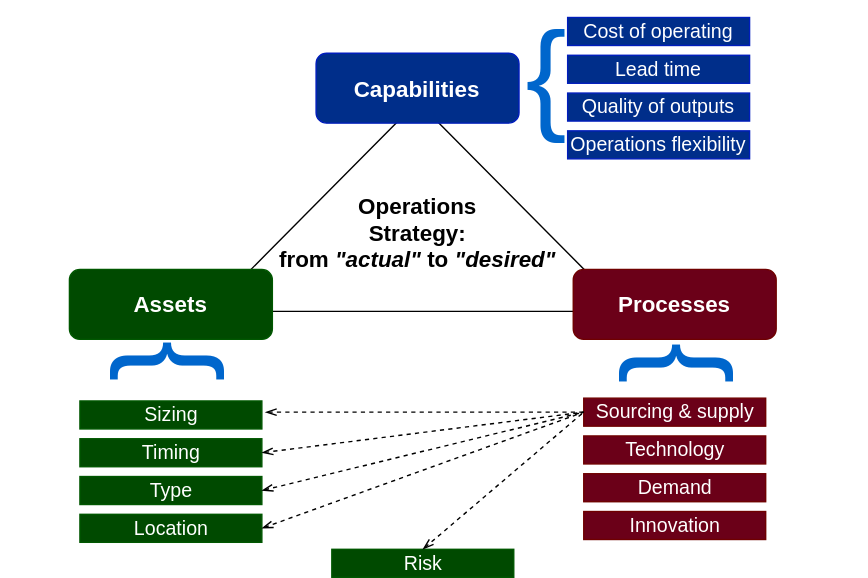
Above: docs/framework/img/operations.svg in michelin/Continuous-Architecture-Toolkit (draw.io), before the change. Source tidied: cells renumbered, new cells last; positions are measured from the earlier drawing's top-left corner, leaving out a move shared by most shapes.
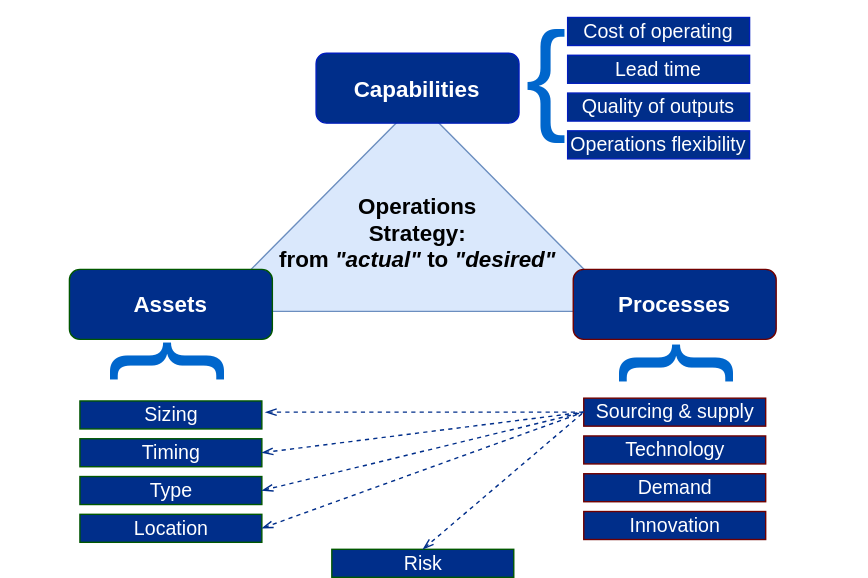
After the change.

What changed in the source:
```diff
@@ -2,16 +2,16 @@
   <root>
     <mxCell id="0" />
     <mxCell id="1" parent="0" />
-    <mxCell id="2" value="&lt;font style=&quot;font-size: 16px&quot;&gt;&lt;b&gt;&lt;br&gt;&lt;br&gt;Operations&lt;br&gt;Strategy:&lt;br&gt;from&amp;nbsp;&lt;i&gt;&quot;actual&quot;&lt;/i&gt;&amp;nbsp;to &lt;i&gt;&quot;desired&quot;&lt;/i&gt;&lt;br&gt;&lt;/b&gt;&lt;/font&gt;" style="triangle;whiteSpace=wrap;html=1;direction=north;" parent="1" vertex="1">
+    <mxCell id="2" value="&lt;font style=&quot;font-size: 16px&quot;&gt;&lt;b&gt;&lt;br&gt;&lt;br&gt;Operations&lt;br&gt;Strategy:&lt;br&gt;from&amp;nbsp;&lt;i&gt;&quot;actual&quot;&lt;/i&gt;&amp;nbsp;to &lt;i&gt;&quot;desired&quot;&lt;/i&gt;&lt;br&gt;&lt;/b&gt;&lt;/font&gt;" style="triangle;whiteSpace=wrap;html=1;direction=north;fillColor=#dae8fc;strokeColor=#6c8ebf;" parent="1" vertex="1">
       <mxGeometry x="100" y="60" width="297.5" height="150" as="geometry" />
     </mxCell>
     <mxCell id="3" value="&lt;font style=&quot;font-size: 16px&quot;&gt;&lt;b&gt;Capabilities&lt;/b&gt;&lt;/font&gt;" style="rounded=1;whiteSpace=wrap;html=1;strokeColor=#001DBC;fontColor=#ffffff;fillColor=#002E8A;" parent="1" vertex="1">
       <mxGeometry x="176.2" y="25.5" width="145" height="50" as="geometry" />
     </mxCell>
-    <mxCell id="4" value="&lt;font style=&quot;font-size: 16px&quot;&gt;&lt;b&gt;Assets&lt;/b&gt;&lt;/font&gt;" style="rounded=1;whiteSpace=wrap;html=1;strokeColor=#005700;fontColor=#ffffff;fillColor=#004A00;" parent="1" vertex="1">
+    <mxCell id="4" value="&lt;font style=&quot;font-size: 16px&quot;&gt;&lt;b&gt;Assets&lt;/b&gt;&lt;/font&gt;" style="rounded=1;whiteSpace=wrap;html=1;strokeColor=#005700;fontColor=#ffffff;fillColor=#002E8A;" parent="1" vertex="1">
       <mxGeometry y="180" width="145" height="50" as="geometry" />
     </mxCell>
-    <mxCell id="5" value="&lt;font style=&quot;font-size: 16px&quot;&gt;&lt;b&gt;Processes&lt;/b&gt;&lt;/font&gt;" style="rounded=1;whiteSpace=wrap;html=1;strokeColor=#6F0000;fontColor=#ffffff;fillColor=#6B0018;" parent="1" vertex="1">
+    <mxCell id="5" value="&lt;font style=&quot;font-size: 16px&quot;&gt;&lt;b&gt;Processes&lt;/b&gt;&lt;/font&gt;" style="rounded=1;whiteSpace=wrap;html=1;strokeColor=#6F0000;fontColor=#ffffff;fillColor=#002E8A;" parent="1" vertex="1">
       <mxGeometry x="360" y="180" width="145" height="50" as="geometry" />
     </mxCell>
     <mxCell id="6" value="&lt;font style=&quot;font-size: 14px&quot;&gt;Cost of operating&lt;/font&gt;" style="rounded=0;whiteSpace=wrap;html=1;strokeColor=#001DBC;fontColor=#ffffff;fillColor=#002E8A;" parent="1" vertex="1">
@@ -32,51 +32,51 @@
     <mxCell id="11" value="&lt;font style=&quot;font-size: 88px&quot;&gt;{&lt;/font&gt;" style="text;html=1;strokeColor=none;fillColor=none;align=center;verticalAlign=middle;whiteSpace=wrap;rounded=0;fontSize=13;direction=south;rotation=90;fontColor=#0066CC;" parent="1" vertex="1">
       <mxGeometry x="415" y="120" width="55" height="255" as="geometry" />
     </mxCell>
-    <mxCell id="12" value="&lt;font style=&quot;font-size: 14px&quot;&gt;Sizing&lt;/font&gt;" style="rounded=0;whiteSpace=wrap;html=1;strokeColor=#005700;fontColor=#ffffff;fillColor=#004A00;" parent="1" vertex="1">
+    <mxCell id="12" value="&lt;font style=&quot;font-size: 14px&quot;&gt;Sizing&lt;/font&gt;" style="rounded=0;whiteSpace=wrap;html=1;strokeColor=#005700;fontColor=#ffffff;fillColor=#002E8A;" parent="1" vertex="1">
       <mxGeometry x="7.5" y="274" width="130" height="20" as="geometry" />
     </mxCell>
-    <mxCell id="13" value="&lt;font style=&quot;font-size: 14px&quot;&gt;Timing&lt;/font&gt;" style="rounded=0;whiteSpace=wrap;html=1;strokeColor=#005700;fontColor=#ffffff;fillColor=#004A00;" parent="1" vertex="1">
+    <mxCell id="13" value="&lt;font style=&quot;font-size: 14px&quot;&gt;Timing&lt;/font&gt;" style="rounded=0;whiteSpace=wrap;html=1;strokeColor=#005700;fontColor=#ffffff;fillColor=#002E8A;" parent="1" vertex="1">
       <mxGeometry x="7.5" y="301" width="130" height="20" as="geometry" />
     </mxCell>
-    <mxCell id="14" value="&lt;font style=&quot;font-size: 14px&quot;&gt;Type&lt;/font&gt;" style="rounded=0;whiteSpace=wrap;html=1;strokeColor=#005700;fontColor=#ffffff;fillColor=#004A00;" parent="1" vertex="1">
+    <mxCell id="14" value="&lt;font style=&quot;font-size: 14px&quot;&gt;Type&lt;/font&gt;" style="rounded=0;whiteSpace=wrap;html=1;strokeColor=#005700;fontColor=#ffffff;fillColor=#002E8A;" parent="1" vertex="1">
       <mxGeometry x="7.5" y="328" width="130" height="20" as="geometry" />
     </mxCell>
-    <mxCell id="15" value="&lt;font style=&quot;font-size: 14px&quot;&gt;Location&lt;/font&gt;" style="rounded=0;whiteSpace=wrap;html=1;strokeColor=#005700;fontColor=#ffffff;fillColor=#004A00;" parent="1" vertex="1">
+    <mxCell id="15" value="&lt;font style=&quot;font-size: 14px&quot;&gt;Location&lt;/font&gt;" style="rounded=0;whiteSpace=wrap;html=1;strokeColor=#005700;fontColor=#ffffff;fillColor=#002E8A;" parent="1" vertex="1">
       <mxGeometry x="7.5" y="355" width="130" height="20" as="geometry" />
     </mxCell>
     <mxCell id="16" value="&lt;font style=&quot;font-size: 88px&quot;&gt;{&lt;/font&gt;" style="text;html=1;strokeColor=none;fillColor=none;align=center;verticalAlign=middle;whiteSpace=wrap;rounded=0;fontSize=13;direction=south;rotation=90;fontColor=#0066CC;" parent="1" vertex="1">
       <mxGeometry x="51.5" y="118" width="55" height="255" as="geometry" />
     </mxCell>
-    <mxCell id="17" value="&lt;font style=&quot;font-size: 14px&quot;&gt;Sourcing &amp;amp; supply&lt;/font&gt;" style="rounded=0;whiteSpace=wrap;html=1;strokeColor=#6F0000;fontColor=#ffffff;fillColor=#6B0018;" parent="1" vertex="1">
+    <mxCell id="17" value="&lt;font style=&quot;font-size: 14px&quot;&gt;Sourcing &amp;amp; supply&lt;/font&gt;" style="rounded=0;whiteSpace=wrap;html=1;strokeColor=#6F0000;fontColor=#ffffff;fillColor=#002E8A;" parent="1" vertex="1">
       <mxGeometry x="367.5" y="272" width="130" height="20" as="geometry" />
     </mxCell>
-    <mxCell id="18" value="&lt;font style=&quot;font-size: 14px&quot;&gt;Technology&lt;/font&gt;" style="rounded=0;whiteSpace=wrap;html=1;strokeColor=#6F0000;fontColor=#ffffff;fillColor=#6B0018;" parent="1" vertex="1">
+    <mxCell id="18" value="&lt;font style=&quot;font-size: 14px&quot;&gt;Technology&lt;/font&gt;" style="rounded=0;whiteSpace=wrap;html=1;strokeColor=#6F0000;fontColor=#ffffff;fillColor=#002E8A;" parent="1" vertex="1">
       <mxGeometry x="367.5" y="299" width="130" height="20" as="geometry" />
     </mxCell>
-    <mxCell id="19" value="&lt;font style=&quot;font-size: 14px&quot;&gt;Demand&lt;/font&gt;" style="rounded=0;whiteSpace=wrap;html=1;strokeColor=#6F0000;fontColor=#ffffff;fillColor=#6B0018;" parent="1" vertex="1">
+    <mxCell id="19" value="&lt;font style=&quot;font-size: 14px&quot;&gt;Demand&lt;/font&gt;" style="rounded=0;whiteSpace=wrap;html=1;strokeColor=#6F0000;fontColor=#ffffff;fillColor=#002E8A;" parent="1" vertex="1">
       <mxGeometry x="367.5" y="326" width="130" height="20" as="geometry" />
     </mxCell>
-    <mxCell id="20" value="&lt;font style=&quot;font-size: 14px&quot;&gt;Innovation&lt;/font&gt;" style="rounded=0;whiteSpace=wrap;html=1;strokeColor=#6F0000;fontColor=#ffffff;fillColor=#6B0018;" parent="1" vertex="1">
+    <mxCell id="20" value="&lt;font style=&quot;font-size: 14px&quot;&gt;Innovation&lt;/font&gt;" style="rounded=0;whiteSpace=wrap;html=1;strokeColor=#6F0000;fontColor=#ffffff;fillColor=#002E8A;" parent="1" vertex="1">
       <mxGeometry x="367.5" y="353" width="130" height="20" as="geometry" />
     </mxCell>
-    <mxCell id="21" value="&lt;font style=&quot;font-size: 14px&quot;&gt;Risk&lt;/font&gt;" style="rounded=0;whiteSpace=wrap;html=1;strokeColor=#005700;fontColor=#ffffff;fillColor=#004A00;" parent="1" vertex="1">
+    <mxCell id="21" value="&lt;font style=&quot;font-size: 14px&quot;&gt;Risk&lt;/font&gt;" style="rounded=0;whiteSpace=wrap;html=1;strokeColor=#005700;fontColor=#ffffff;fillColor=#002E8A;" parent="1" vertex="1">
       <mxGeometry x="187.5" y="380" width="130" height="20" as="geometry" />
     </mxCell>
-    <mxCell id="22" style="endArrow=none;dashed=1;html=1;fontSize=13;entryX=0;entryY=0.5;entryDx=0;entryDy=0;startArrow=openThin;startFill=0;" parent="1" edge="1" target="17">
+    <mxCell id="22" style="endArrow=none;dashed=1;html=1;fontSize=13;entryX=0;entryY=0.5;entryDx=0;entryDy=0;startArrow=openThin;startFill=0;strokeColor=#002E8A;" parent="1" edge="1" target="17">
       <mxGeometry relative="1" as="geometry">
         <mxPoint x="140" y="282" as="sourcePoint" />
       </mxGeometry>
     </mxCell>
-    <mxCell id="23" style="endArrow=none;dashed=1;html=1;fontSize=13;entryX=0;entryY=0.5;entryDx=0;entryDy=0;exitX=1;exitY=0.5;exitDx=0;exitDy=0;startArrow=openThin;startFill=0;" parent="1" edge="1" source="13" target="17">
+    <mxCell id="23" style="endArrow=none;dashed=1;html=1;fontSize=13;entryX=0;entryY=0.5;entryDx=0;entryDy=0;exitX=1;exitY=0.5;exitDx=0;exitDy=0;startArrow=openThin;startFill=0;strokeColor=#002E8A;" parent="1" edge="1" source="13" target="17">
       <mxGeometry relative="1" as="geometry" />
     </mxCell>
-    <mxCell id="24" style="endArrow=none;dashed=1;html=1;fontSize=13;entryX=0;entryY=0.5;entryDx=0;entryDy=0;exitX=1;exitY=0.5;exitDx=0;exitDy=0;startArrow=openThin;startFill=0;" parent="1" edge="1" source="14" target="17">
+    <mxCell id="24" style="endArrow=none;dashed=1;html=1;fontSize=13;entryX=0;entryY=0.5;entryDx=0;entryDy=0;exitX=1;exitY=0.5;exitDx=0;exitDy=0;startArrow=openThin;startFill=0;strokeColor=#002E8A;" parent="1" edge="1" source="14" target="17">
       <mxGeometry relative="1" as="geometry" />
     </mxCell>
-    <mxCell id="25" style="endArrow=none;dashed=1;html=1;fontSize=13;entryX=0;entryY=0.5;entryDx=0;entryDy=0;exitX=1;exitY=0.5;exitDx=0;exitDy=0;startArrow=openThin;startFill=0;" parent="1" edge="1" source="15" target="17">
+    <mxCell id="25" style="endArrow=none;dashed=1;html=1;fontSize=13;entryX=0;entryY=0.5;entryDx=0;entryDy=0;exitX=1;exitY=0.5;exitDx=0;exitDy=0;startArrow=openThin;startFill=0;strokeColor=#002E8A;" parent="1" edge="1" source="15" target="17">
       <mxGeometry relative="1" as="geometry" />
     </mxCell>
-    <mxCell id="26" style="endArrow=none;dashed=1;html=1;fontSize=13;entryX=0;entryY=0.5;entryDx=0;entryDy=0;exitX=0.5;exitY=0;exitDx=0;exitDy=0;startArrow=openThin;startFill=0;" parent="1" edge="1" source="21" target="17">
+    <mxCell id="26" style="endArrow=none;dashed=1;html=1;fontSize=13;entryX=0;entryY=0.5;entryDx=0;entryDy=0;exitX=0.5;exitY=0;exitDx=0;exitDy=0;startArrow=openThin;startFill=0;strokeColor=#002E8A;" parent="1" edge="1" source="21" target="17">
       <mxGeometry relative="1" as="geometry" />
     </mxCell>
   </root>
```
